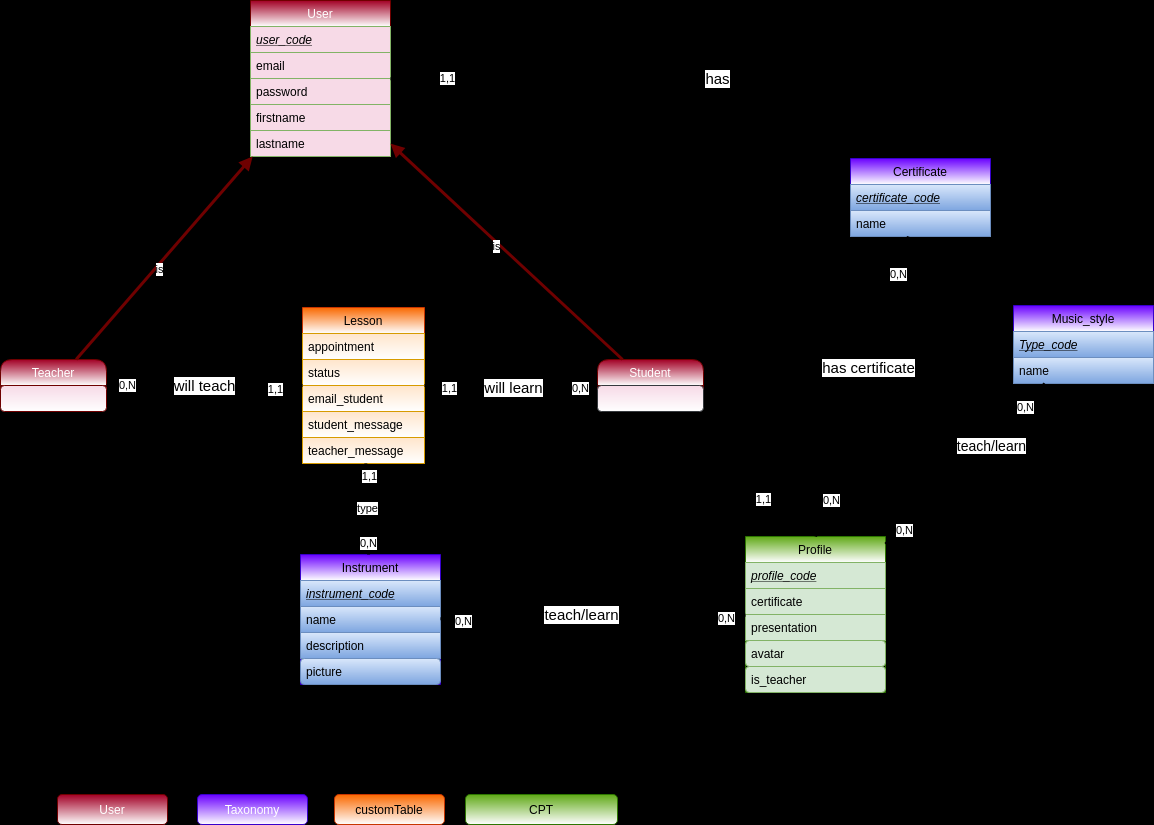
Brewalan74/InstrumentalForMe keeps this draw.io diagram as _documentation/mcd.drawio.png. Above is the earlier version. Source tidied: cells renumbered, new cells last; positions are measured from the earlier drawing's top-left corner, leaving out a move shared by most shapes.
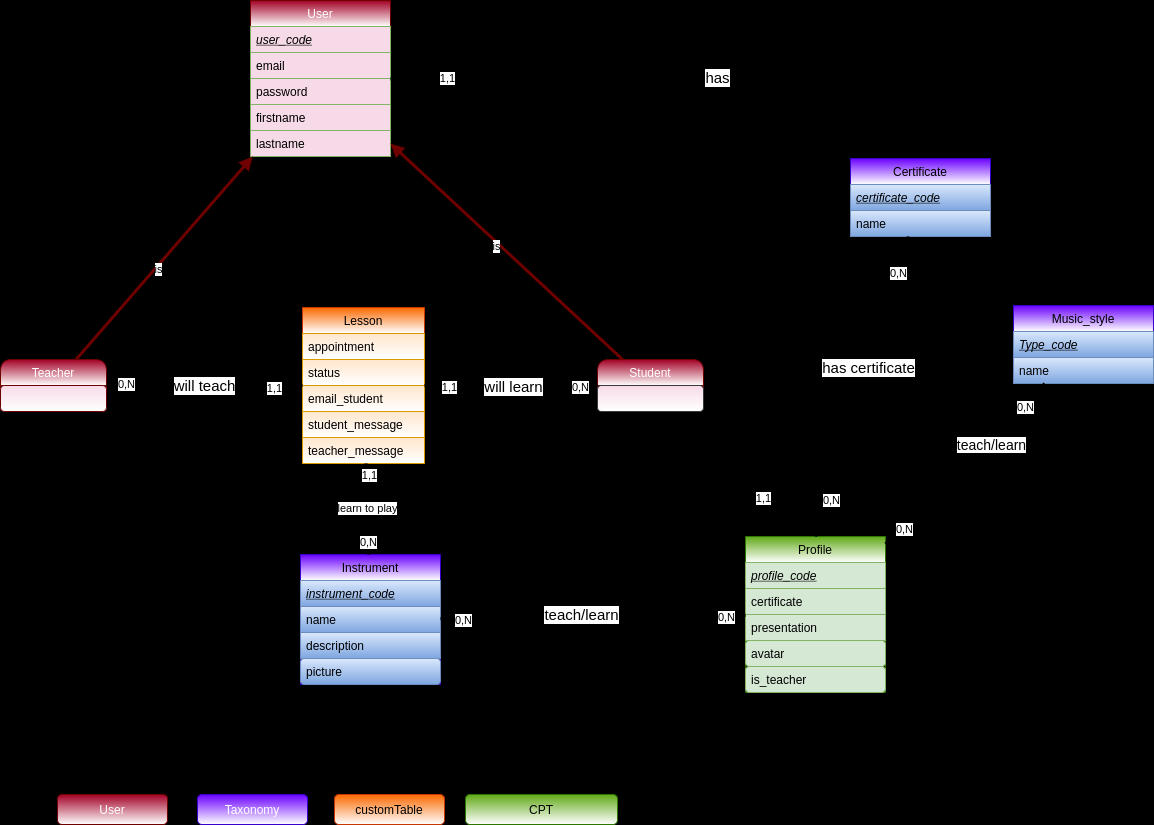
Later version of the same file.

Diff of the diagram source:
```diff
@@ -153,7 +153,7 @@
     <mxCell id="48" value="0,N" style="edgeLabel;html=1;align=center;verticalAlign=middle;" parent="45" vertex="1">
       <mxGeometry x="0.8" y="-2" relative="1" as="geometry" />
     </mxCell>
-    <mxCell id="49" value="type" style="endArrow=none;html=1;strokeWidth=3;" parent="1" edge="1" source="2" target="17">
+    <mxCell id="49" value="learn to play" style="endArrow=none;html=1;strokeWidth=3;" parent="1" edge="1" source="2" target="17">
       <mxGeometry relative="1" as="geometry" />
     </mxCell>
     <mxCell id="50" value="0,N" style="edgeLabel;html=1;align=center;verticalAlign=middle;" parent="49" vertex="1">
```
